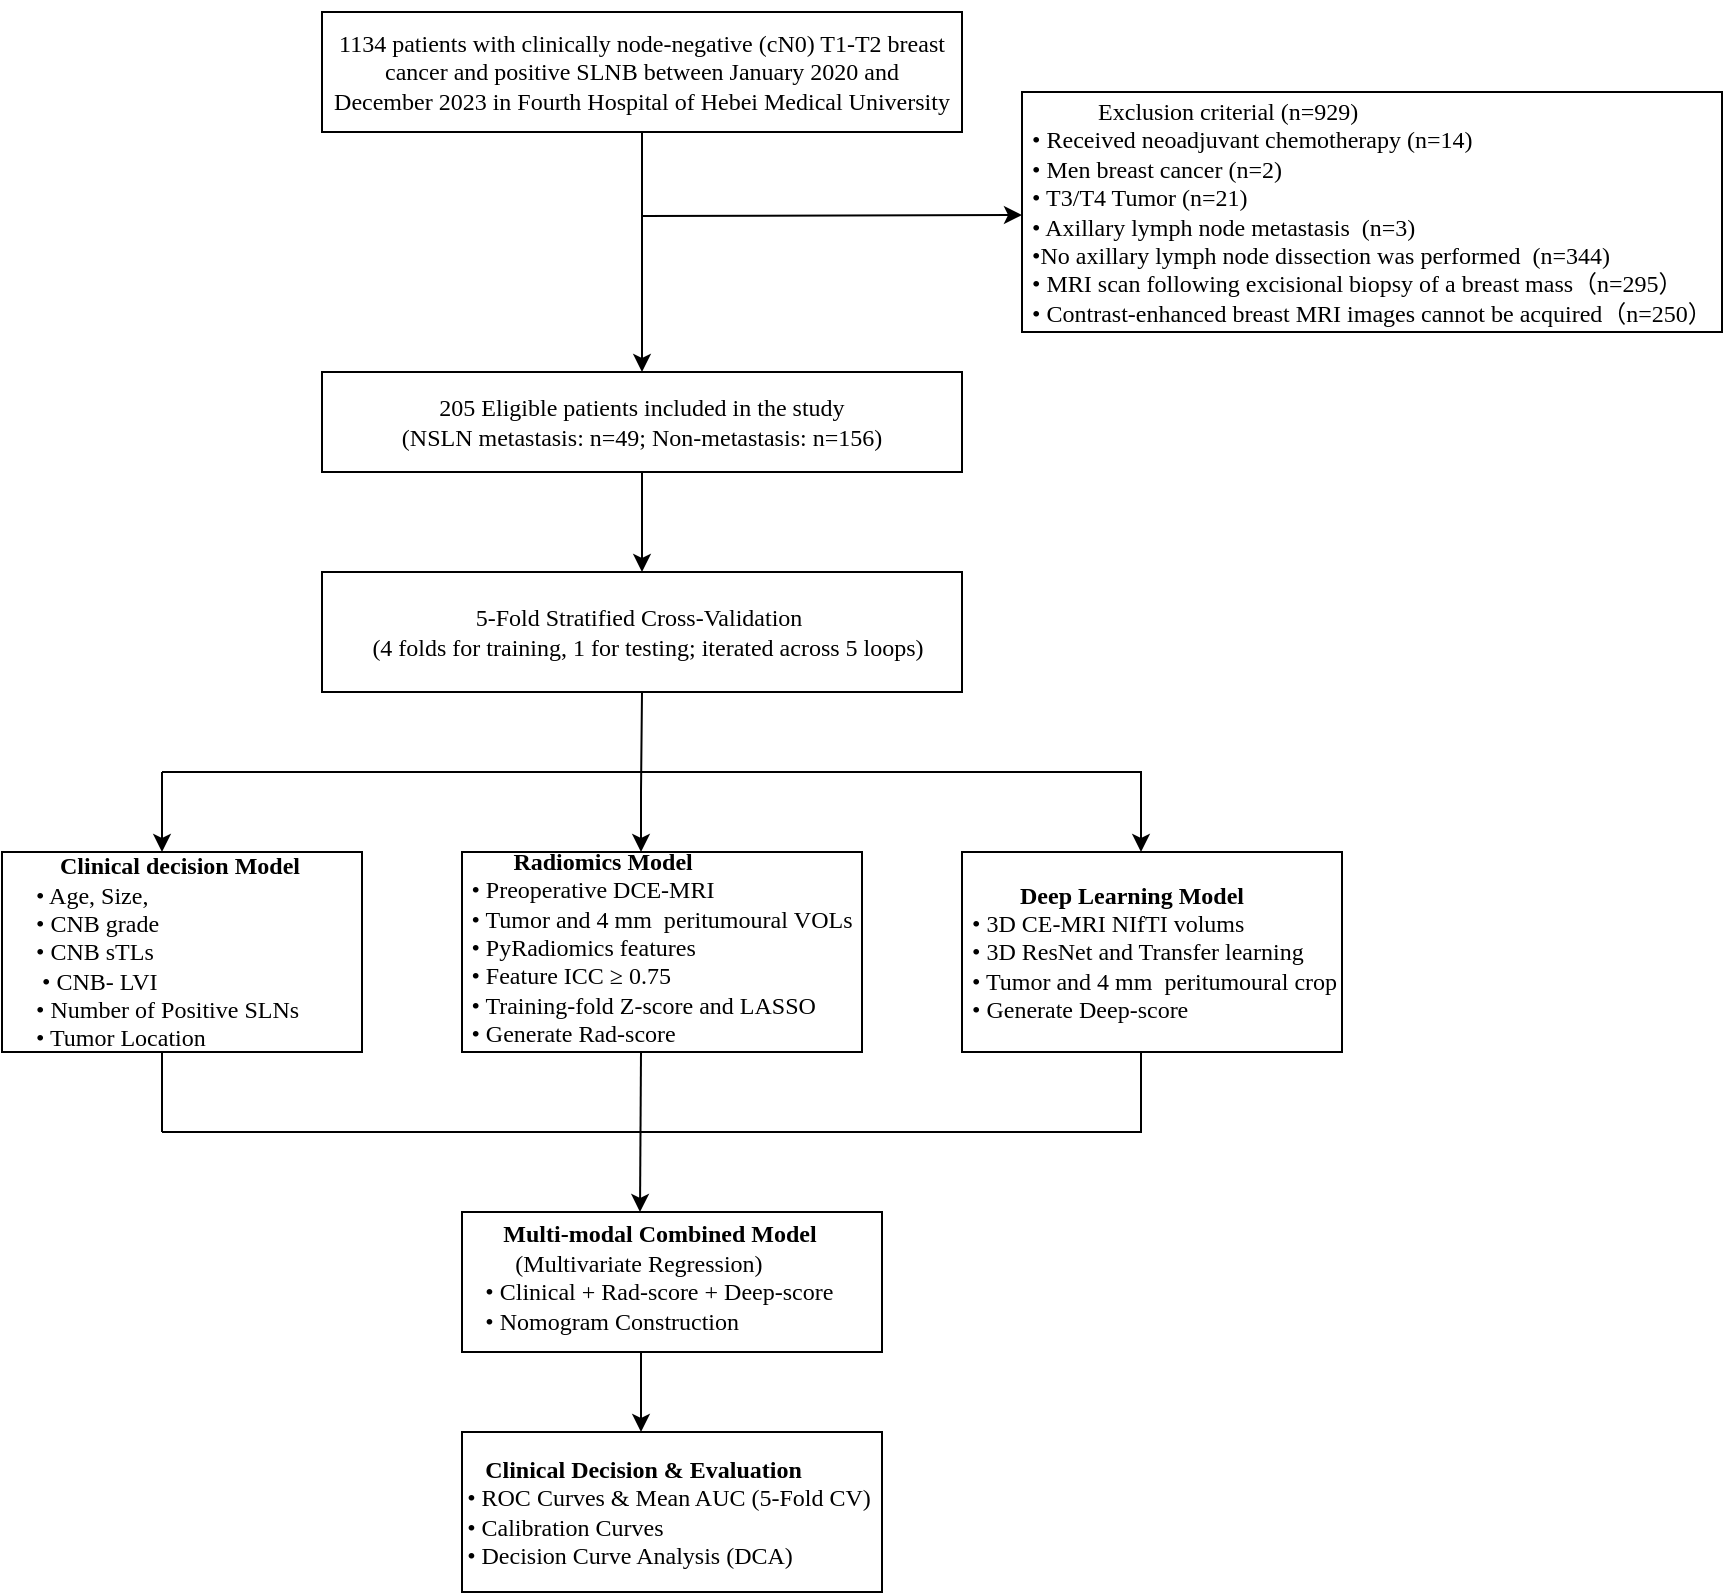
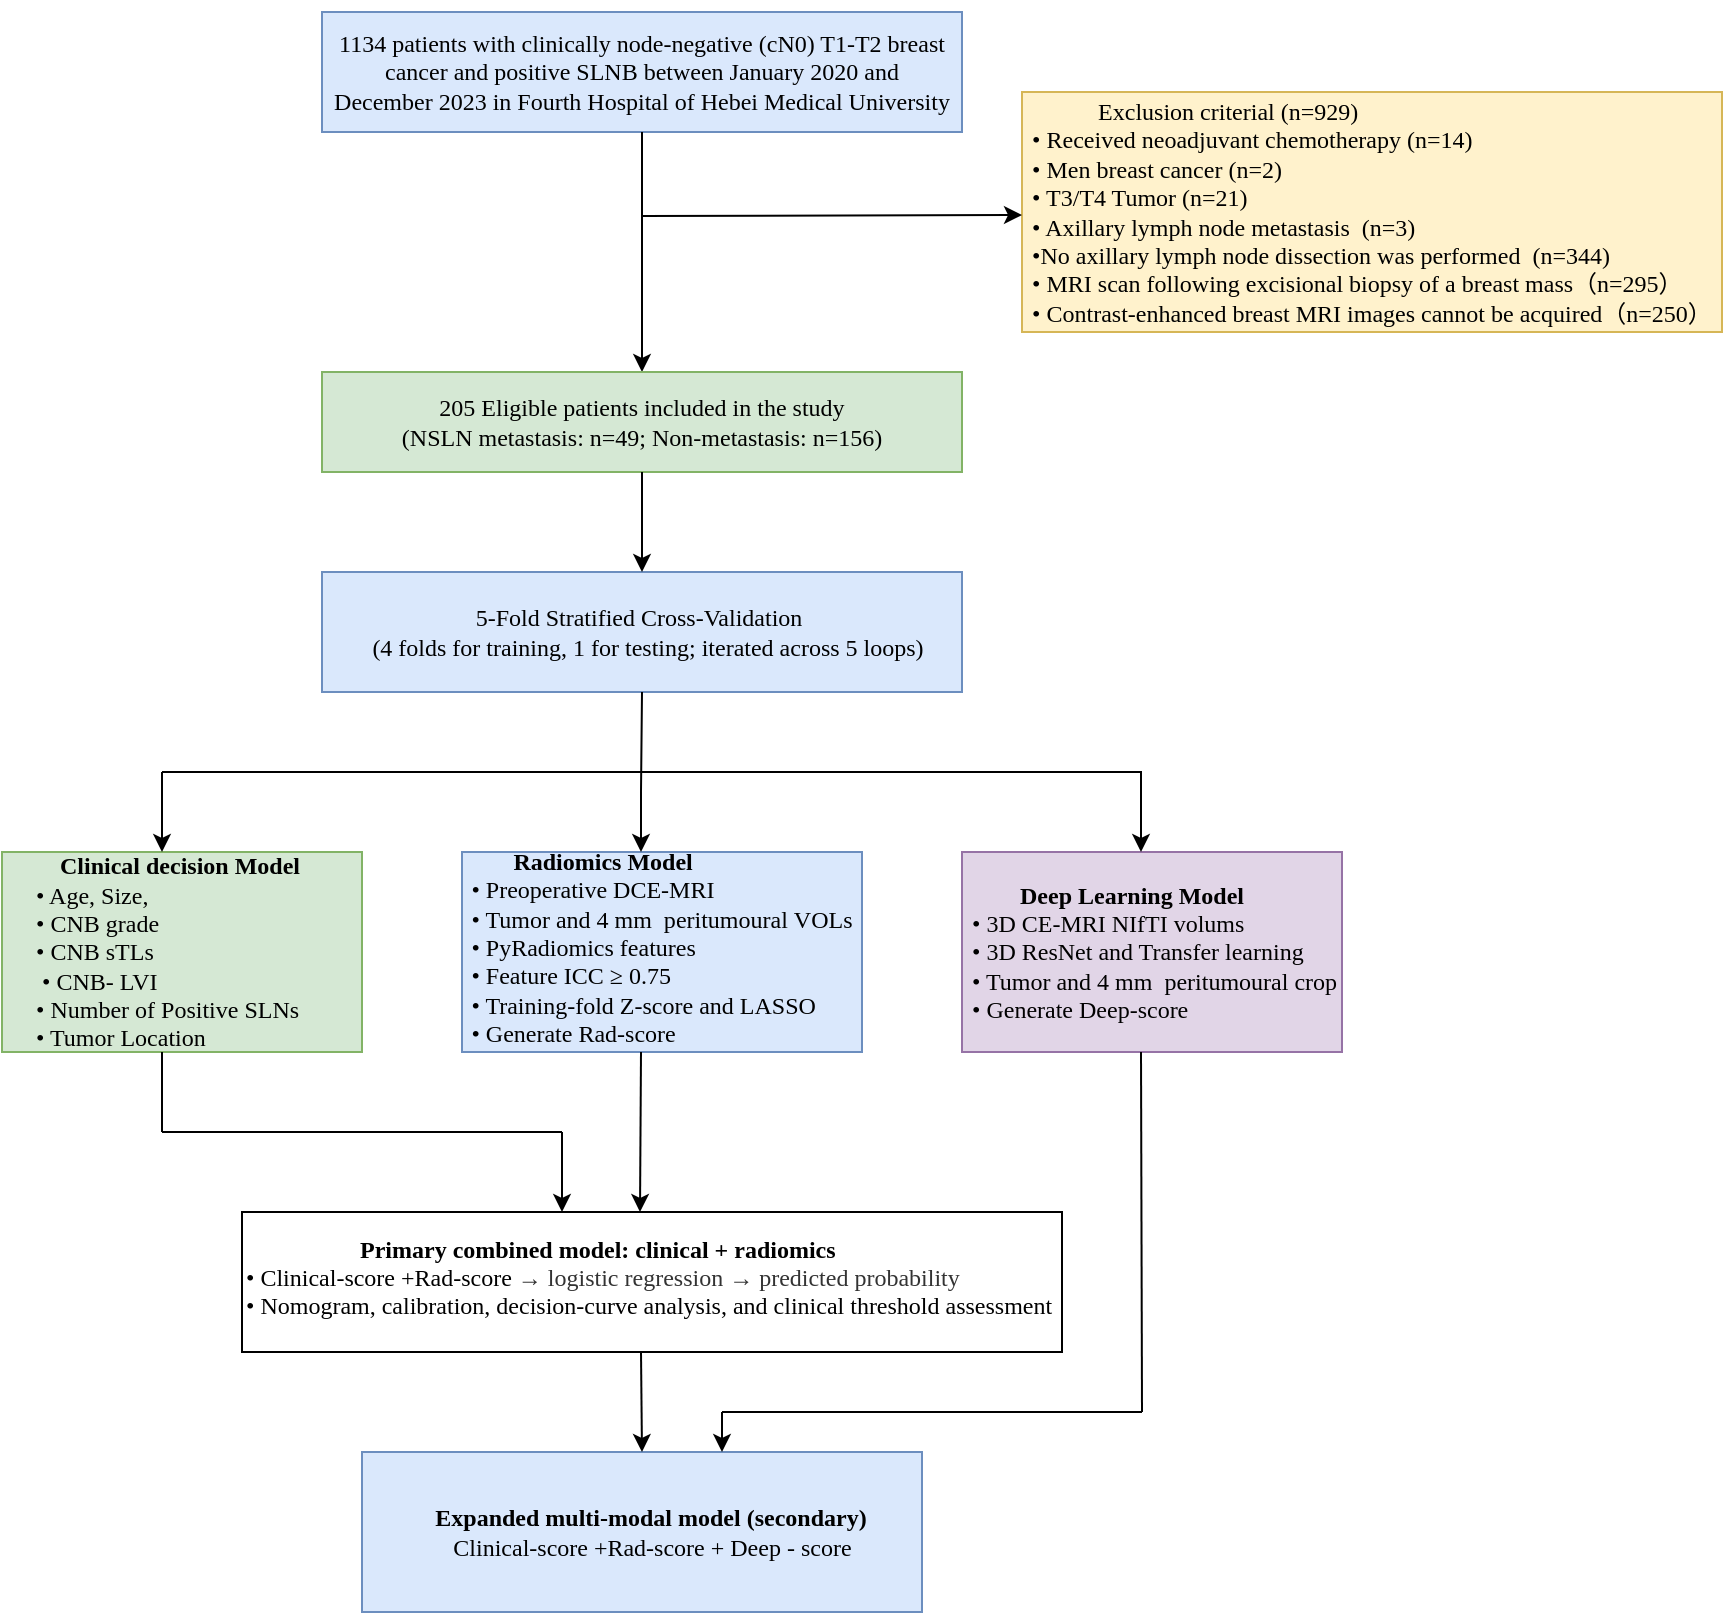
<mxfile host="app.diagrams.net">
  <diagram name="第 1 页" id="idae-35skBgX1Cd1s0vj">
    <mxGraphModel dx="1785" dy="378" grid="1" gridSize="10" guides="1" tooltips="1" connect="1" arrows="1" fold="1" page="1" pageScale="1" pageWidth="827" pageHeight="1169" math="0" shadow="0">
      <root>
        <mxCell id="0" />
        <mxCell id="1" parent="0" />
-         <mxCell id="El_SyrNRYtNfvNBgki-p-1" parent="1" style="rounded=0;whiteSpace=wrap;html=1;" value="&lt;div style=&quot;text-align: left;&quot;&gt;&lt;span style=&quot;font-family: &amp;quot;Times New Roman&amp;quot;;&quot;&gt;&lt;br&gt;&lt;/span&gt;&lt;/div&gt;&lt;div style=&quot;text-align: left;&quot;&gt;&lt;span style=&quot;font-family: &amp;quot;Times New Roman&amp;quot;;&quot;&gt;&amp;nbsp; &amp;nbsp; &amp;nbsp; &amp;nbsp; &amp;nbsp; &amp;nbsp;Exclusion criterial (n=929)&lt;/span&gt;&lt;br&gt;&lt;/div&gt;&lt;div style=&quot;text-align: left;&quot;&gt;&lt;font face=&quot;Times New Roman&quot;&gt;• Received neoadjuvant chemotherapy (n=14)&lt;/font&gt;&lt;/div&gt;&lt;div style=&quot;text-align: left;&quot;&gt;&lt;font face=&quot;Times New Roman&quot;&gt;• Men breast cancer (n=2)&lt;/font&gt;&lt;/div&gt;&lt;div style=&quot;text-align: left;&quot;&gt;&lt;font face=&quot;Times New Roman&quot;&gt;• T3/T4 Tumor (n=21)&lt;/font&gt;&lt;/div&gt;&lt;div style=&quot;&quot;&gt;&lt;div style=&quot;text-align: left;&quot;&gt;&lt;font face=&quot;Times New Roman&quot;&gt;• Axillary lymph node metastasis&amp;nbsp;&amp;nbsp;(n=3)&lt;/font&gt;&lt;/div&gt;&lt;div style=&quot;text-align: left;&quot;&gt;&lt;span style=&quot;font-family: &amp;quot;Times New Roman&amp;quot;;&quot;&gt;•&lt;/span&gt;&lt;span style=&quot;font-family: &amp;quot;Times New Roman&amp;quot;;&quot;&gt;No axillary lymph node dissection was performed&lt;/span&gt;&lt;span style=&quot;font-family: &amp;quot;Times New Roman&amp;quot;;&quot;&gt;&amp;nbsp;&amp;nbsp;(n=344)&lt;/span&gt;&lt;font face=&quot;Times New Roman&quot;&gt;&lt;br&gt;&lt;/font&gt;&lt;/div&gt;&lt;/div&gt;&lt;div style=&quot;text-align: left;&quot;&gt;&lt;font face=&quot;Times New Roman&quot;&gt;•&lt;span style=&quot;&quot;&gt;&amp;nbsp;&lt;/span&gt;&lt;span style=&quot;&quot;&gt;MRI scan following excisional biopsy of a breast mass（n=295）&lt;/span&gt;&lt;/font&gt;&lt;/div&gt;&lt;div style=&quot;text-align: left;&quot;&gt;&lt;font face=&quot;Times New Roman&quot;&gt;•&lt;span style=&quot;&quot;&gt;&amp;nbsp;&lt;/span&gt;Contrast-enhanced breast MRI images cannot be acquired&lt;span style=&quot;&quot;&gt;（n=250）&lt;/span&gt;&lt;/font&gt;&lt;/div&gt;&lt;div&gt;&lt;br&gt;&lt;/div&gt;" vertex="1">
+         <mxCell id="El_SyrNRYtNfvNBgki-p-1" parent="1" style="rounded=0;whiteSpace=wrap;html=1;fillColor=#fff2cc;strokeColor=#d6b656;" value="&lt;div style=&quot;text-align: left;&quot;&gt;&lt;span style=&quot;font-family: &amp;quot;Times New Roman&amp;quot;;&quot;&gt;&lt;br&gt;&lt;/span&gt;&lt;/div&gt;&lt;div style=&quot;text-align: left;&quot;&gt;&lt;span style=&quot;font-family: &amp;quot;Times New Roman&amp;quot;;&quot;&gt;&amp;nbsp; &amp;nbsp; &amp;nbsp; &amp;nbsp; &amp;nbsp; &amp;nbsp;Exclusion criterial (n=929)&lt;/span&gt;&lt;br&gt;&lt;/div&gt;&lt;div style=&quot;text-align: left;&quot;&gt;&lt;font face=&quot;Times New Roman&quot;&gt;• Received neoadjuvant chemotherapy (n=14)&lt;/font&gt;&lt;/div&gt;&lt;div style=&quot;text-align: left;&quot;&gt;&lt;font face=&quot;Times New Roman&quot;&gt;• Men breast cancer (n=2)&lt;/font&gt;&lt;/div&gt;&lt;div style=&quot;text-align: left;&quot;&gt;&lt;font face=&quot;Times New Roman&quot;&gt;• T3/T4 Tumor (n=21)&lt;/font&gt;&lt;/div&gt;&lt;div style=&quot;&quot;&gt;&lt;div style=&quot;text-align: left;&quot;&gt;&lt;font face=&quot;Times New Roman&quot;&gt;• Axillary lymph node metastasis&amp;nbsp;&amp;nbsp;(n=3)&lt;/font&gt;&lt;/div&gt;&lt;div style=&quot;text-align: left;&quot;&gt;&lt;span style=&quot;font-family: &amp;quot;Times New Roman&amp;quot;;&quot;&gt;•&lt;/span&gt;&lt;span style=&quot;font-family: &amp;quot;Times New Roman&amp;quot;;&quot;&gt;No axillary lymph node dissection was performed&lt;/span&gt;&lt;span style=&quot;font-family: &amp;quot;Times New Roman&amp;quot;;&quot;&gt;&amp;nbsp;&amp;nbsp;(n=344)&lt;/span&gt;&lt;font face=&quot;Times New Roman&quot;&gt;&lt;br&gt;&lt;/font&gt;&lt;/div&gt;&lt;/div&gt;&lt;div style=&quot;text-align: left;&quot;&gt;&lt;font face=&quot;Times New Roman&quot;&gt;•&lt;span style=&quot;&quot;&gt;&amp;nbsp;&lt;/span&gt;&lt;span style=&quot;&quot;&gt;MRI scan following excisional biopsy of a breast mass（n=295）&lt;/span&gt;&lt;/font&gt;&lt;/div&gt;&lt;div style=&quot;text-align: left;&quot;&gt;&lt;font face=&quot;Times New Roman&quot;&gt;•&lt;span style=&quot;&quot;&gt;&amp;nbsp;&lt;/span&gt;Contrast-enhanced breast MRI images cannot be acquired&lt;span style=&quot;&quot;&gt;（n=250）&lt;/span&gt;&lt;/font&gt;&lt;/div&gt;&lt;div&gt;&lt;br&gt;&lt;/div&gt;" vertex="1">
          <mxGeometry height="120" width="350" x="390" y="100" as="geometry" />
        </mxCell>
-         <mxCell id="El_SyrNRYtNfvNBgki-p-2" parent="1" style="rounded=0;whiteSpace=wrap;html=1;" value="&lt;div&gt;&lt;font face=&quot;Times New Roman&quot;&gt;&lt;br&gt;&lt;/font&gt;&lt;/div&gt;&lt;font face=&quot;Times New Roman&quot;&gt;1134 patients with clinically node-negative (cN0) T1-T2 breast&lt;br&gt;cancer and positive SLNB between January 2020 and&lt;br&gt;December 2023 in Fourth Hospital of Hebei Medical University&lt;/font&gt;&lt;div&gt;&lt;br&gt;&lt;/div&gt;" vertex="1">
+         <mxCell id="El_SyrNRYtNfvNBgki-p-2" parent="1" style="rounded=0;whiteSpace=wrap;html=1;fillColor=#dae8fc;strokeColor=#6c8ebf;" value="&lt;div&gt;&lt;font face=&quot;Times New Roman&quot;&gt;&lt;br&gt;&lt;/font&gt;&lt;/div&gt;&lt;font face=&quot;Times New Roman&quot;&gt;1134 patients with clinically node-negative (cN0) T1-T2 breast&lt;br&gt;cancer and positive SLNB between January 2020 and&lt;br&gt;December 2023 in Fourth Hospital of Hebei Medical University&lt;/font&gt;&lt;div&gt;&lt;br&gt;&lt;/div&gt;" vertex="1">
          <mxGeometry height="60" width="320" x="40" y="60" as="geometry" />
        </mxCell>
        <mxCell id="El_SyrNRYtNfvNBgki-p-5" edge="1" parent="1" style="endArrow=classic;html=1;rounded=0;" value="">
          <mxGeometry height="50" relative="1" width="50" as="geometry">
            <mxPoint x="200" y="120" as="sourcePoint" />
            <mxPoint x="200" y="240" as="targetPoint" />
          </mxGeometry>
        </mxCell>
        <mxCell id="El_SyrNRYtNfvNBgki-p-6" edge="1" parent="1" style="endArrow=classic;html=1;rounded=0;endFill=1;" value="">
          <mxGeometry height="50" relative="1" width="50" as="geometry">
            <mxPoint x="200" y="162" as="sourcePoint" />
            <mxPoint x="390" y="161.5" as="targetPoint" />
          </mxGeometry>
        </mxCell>
-         <mxCell id="El_SyrNRYtNfvNBgki-p-7" parent="1" style="rounded=0;whiteSpace=wrap;html=1;" value="&lt;font face=&quot;Times New Roman&quot;&gt;205 Eligible patients included in the study&lt;/font&gt;&lt;div&gt;&lt;span style=&quot;text-align: start;&quot;&gt;&lt;font face=&quot;Times New Roman&quot;&gt;(NSLN metastasis: n=49; Non-metastasis: n=156)&lt;/font&gt;&lt;/span&gt;&lt;br&gt;&lt;/div&gt;" vertex="1">
+         <mxCell id="El_SyrNRYtNfvNBgki-p-7" parent="1" style="rounded=0;whiteSpace=wrap;html=1;fillColor=#d5e8d4;strokeColor=#82b366;" value="&lt;font face=&quot;Times New Roman&quot;&gt;205 Eligible patients included in the study&lt;/font&gt;&lt;div&gt;&lt;span style=&quot;text-align: start;&quot;&gt;&lt;font face=&quot;Times New Roman&quot;&gt;(NSLN metastasis: n=49; Non-metastasis: n=156)&lt;/font&gt;&lt;/span&gt;&lt;br&gt;&lt;/div&gt;" vertex="1">
          <mxGeometry height="50" width="320" x="40" y="240" as="geometry" />
        </mxCell>
-         <mxCell id="El_SyrNRYtNfvNBgki-p-8" parent="1" style="rounded=0;whiteSpace=wrap;html=1;" value="&lt;font face=&quot;Times New Roman&quot;&gt;5-Fold Stratified Cross-Validation&amp;nbsp;&lt;/font&gt;&lt;div&gt;&lt;font face=&quot;Times New Roman&quot;&gt;&amp;nbsp; (4 folds for training, 1 for testing; iterated across 5 loops)&lt;/font&gt;&lt;/div&gt;" vertex="1">
+         <mxCell id="El_SyrNRYtNfvNBgki-p-8" parent="1" style="rounded=0;whiteSpace=wrap;html=1;fillColor=#dae8fc;strokeColor=#6c8ebf;" value="&lt;font face=&quot;Times New Roman&quot;&gt;5-Fold Stratified Cross-Validation&amp;nbsp;&lt;/font&gt;&lt;div&gt;&lt;font face=&quot;Times New Roman&quot;&gt;&amp;nbsp; (4 folds for training, 1 for testing; iterated across 5 loops)&lt;/font&gt;&lt;/div&gt;" vertex="1">
          <mxGeometry height="60" width="320" x="40" y="340" as="geometry" />
        </mxCell>
        <mxCell id="El_SyrNRYtNfvNBgki-p-9" edge="1" parent="1" source="El_SyrNRYtNfvNBgki-p-7" style="endArrow=classic;html=1;rounded=0;entryX=0.5;entryY=0;entryDx=0;entryDy=0;" target="El_SyrNRYtNfvNBgki-p-8" value="">
          <mxGeometry height="50" relative="1" width="50" as="geometry">
            <mxPoint x="200" y="340" as="sourcePoint" />
            <mxPoint x="200" y="330" as="targetPoint" />
          </mxGeometry>
        </mxCell>
-         <mxCell id="El_SyrNRYtNfvNBgki-p-10" parent="1" style="rounded=0;whiteSpace=wrap;html=1;align=left;" value="&lt;div&gt;&lt;b style=&quot;&quot;&gt;&lt;font face=&quot;Times New Roman&quot;&gt;&amp;nbsp; &amp;nbsp; &amp;nbsp; &amp;nbsp; &amp;nbsp;Clinical decision Model&lt;/font&gt;&lt;/b&gt;&lt;br&gt;&lt;/div&gt;&lt;div&gt;&lt;span style=&quot;font-family: &amp;quot;Times New Roman&amp;quot;;&quot;&gt;&amp;nbsp; &amp;nbsp; &amp;nbsp;• Age,&amp;nbsp;&lt;/span&gt;&lt;span style=&quot;font-family: &amp;quot;Times New Roman&amp;quot;;&quot;&gt;Size,&amp;nbsp;&lt;/span&gt;&lt;/div&gt;&lt;div&gt;&lt;span style=&quot;font-family: &amp;quot;Times New Roman&amp;quot;;&quot;&gt;&amp;nbsp; &amp;nbsp; &amp;nbsp;• CNB g&lt;/span&gt;&lt;span style=&quot;font-family: &amp;quot;Times New Roman&amp;quot;;&quot;&gt;rade&lt;/span&gt;&lt;/div&gt;&lt;div&gt;&lt;span style=&quot;font-family: &amp;quot;Times New Roman&amp;quot;;&quot;&gt;&amp;nbsp; &amp;nbsp; &amp;nbsp;• CNB sTLs&lt;/span&gt;&lt;span style=&quot;font-family: &amp;quot;Times New Roman&amp;quot;;&quot;&gt;&lt;br&gt;&lt;/span&gt;&lt;/div&gt;&lt;div&gt;&lt;span style=&quot;font-family: &amp;quot;Times New Roman&amp;quot;;&quot;&gt;&amp;nbsp; &amp;nbsp; &amp;nbsp; • CNB-&amp;nbsp;&lt;/span&gt;&lt;span style=&quot;font-family: &amp;quot;Times New Roman&amp;quot;;&quot;&gt;LVI&lt;/span&gt;&lt;span style=&quot;font-family: &amp;quot;Times New Roman&amp;quot;;&quot;&gt;&lt;br&gt;&lt;/span&gt;&lt;/div&gt;&lt;div&gt;&lt;span style=&quot;font-family: &amp;quot;Times New Roman&amp;quot;;&quot;&gt;&amp;nbsp; &amp;nbsp; &amp;nbsp;• Number of Positive SLNs&amp;nbsp;&lt;/span&gt;&lt;/div&gt;&lt;div style=&quot;&quot;&gt;&lt;span style=&quot;font-family: &amp;quot;Times New Roman&amp;quot;;&quot;&gt;&amp;nbsp; &amp;nbsp; &amp;nbsp;• Tumor Location&lt;/span&gt;&lt;/div&gt;" vertex="1">
+         <mxCell id="El_SyrNRYtNfvNBgki-p-10" parent="1" style="rounded=0;whiteSpace=wrap;html=1;align=left;fillColor=#d5e8d4;strokeColor=#82b366;" value="&lt;div&gt;&lt;b style=&quot;&quot;&gt;&lt;font face=&quot;Times New Roman&quot;&gt;&amp;nbsp; &amp;nbsp; &amp;nbsp; &amp;nbsp; &amp;nbsp;Clinical decision Model&lt;/font&gt;&lt;/b&gt;&lt;br&gt;&lt;/div&gt;&lt;div&gt;&lt;span style=&quot;font-family: &amp;quot;Times New Roman&amp;quot;;&quot;&gt;&amp;nbsp; &amp;nbsp; &amp;nbsp;• Age,&amp;nbsp;&lt;/span&gt;&lt;span style=&quot;font-family: &amp;quot;Times New Roman&amp;quot;;&quot;&gt;Size,&amp;nbsp;&lt;/span&gt;&lt;/div&gt;&lt;div&gt;&lt;span style=&quot;font-family: &amp;quot;Times New Roman&amp;quot;;&quot;&gt;&amp;nbsp; &amp;nbsp; &amp;nbsp;• CNB g&lt;/span&gt;&lt;span style=&quot;font-family: &amp;quot;Times New Roman&amp;quot;;&quot;&gt;rade&lt;/span&gt;&lt;/div&gt;&lt;div&gt;&lt;span style=&quot;font-family: &amp;quot;Times New Roman&amp;quot;;&quot;&gt;&amp;nbsp; &amp;nbsp; &amp;nbsp;• CNB sTLs&lt;/span&gt;&lt;span style=&quot;font-family: &amp;quot;Times New Roman&amp;quot;;&quot;&gt;&lt;br&gt;&lt;/span&gt;&lt;/div&gt;&lt;div&gt;&lt;span style=&quot;font-family: &amp;quot;Times New Roman&amp;quot;;&quot;&gt;&amp;nbsp; &amp;nbsp; &amp;nbsp; • CNB-&amp;nbsp;&lt;/span&gt;&lt;span style=&quot;font-family: &amp;quot;Times New Roman&amp;quot;;&quot;&gt;LVI&lt;/span&gt;&lt;span style=&quot;font-family: &amp;quot;Times New Roman&amp;quot;;&quot;&gt;&lt;br&gt;&lt;/span&gt;&lt;/div&gt;&lt;div&gt;&lt;span style=&quot;font-family: &amp;quot;Times New Roman&amp;quot;;&quot;&gt;&amp;nbsp; &amp;nbsp; &amp;nbsp;• Number of Positive SLNs&amp;nbsp;&lt;/span&gt;&lt;/div&gt;&lt;div style=&quot;&quot;&gt;&lt;span style=&quot;font-family: &amp;quot;Times New Roman&amp;quot;;&quot;&gt;&amp;nbsp; &amp;nbsp; &amp;nbsp;• Tumor Location&lt;/span&gt;&lt;/div&gt;" vertex="1">
          <mxGeometry height="100" width="180" x="-120" y="480" as="geometry" />
        </mxCell>
-         <mxCell id="El_SyrNRYtNfvNBgki-p-11" parent="1" style="rounded=0;whiteSpace=wrap;html=1;" value="&lt;div style=&quot;text-align: left;&quot;&gt;&lt;b&gt;&lt;font face=&quot;Times New Roman&quot;&gt;&lt;br&gt;&lt;/font&gt;&lt;/b&gt;&lt;/div&gt;&lt;div style=&quot;text-align: left;&quot;&gt;&lt;b&gt;&lt;font face=&quot;Times New Roman&quot;&gt;&amp;nbsp; &amp;nbsp; &amp;nbsp; &amp;nbsp;Radiomics Model&lt;/font&gt;&lt;/b&gt;&lt;/div&gt;&lt;div style=&quot;text-align: left;&quot;&gt;&lt;font face=&quot;Times New Roman&quot;&gt;&lt;span style=&quot;&quot;&gt;• Preoperative DCE-MRI&lt;/span&gt;&lt;/font&gt;&lt;/div&gt;&lt;div style=&quot;text-align: left;&quot;&gt;&lt;span style=&quot;font-family: &amp;quot;Times New Roman&amp;quot;;&quot;&gt;• &lt;/span&gt;&lt;font face=&quot;Times New Roman&quot;&gt;&lt;span style=&quot;&quot;&gt;Tumor and 4 mm &amp;nbsp;p&lt;/span&gt;&lt;span style=&quot;text-align: center;&quot;&gt;eritumoural&lt;/span&gt;&amp;nbsp;VOLs&lt;/font&gt;&lt;/div&gt;&lt;div style=&quot;text-align: left;&quot;&gt;&lt;font face=&quot;Times New Roman&quot;&gt;&lt;span style=&quot;&quot;&gt;• PyRadiomics features&lt;/span&gt;&lt;/font&gt;&lt;/div&gt;&lt;div style=&quot;text-align: left;&quot;&gt;&lt;span style=&quot;font-family: &amp;quot;Times New Roman&amp;quot;;&quot;&gt;• Feature&amp;nbsp;&lt;/span&gt;&lt;font face=&quot;Times New Roman&quot;&gt;&lt;span style=&quot;&quot;&gt;ICC&amp;nbsp;&lt;/span&gt;&lt;/font&gt;&lt;font face=&quot;Times New Roman&quot;&gt;≥ 0.75&lt;/font&gt;&lt;/div&gt;&lt;span style=&quot;font-family: -webkit-standard; font-size: medium; text-align: start;&quot;&gt;&lt;/span&gt;&lt;div style=&quot;text-align: left;&quot;&gt;&lt;font face=&quot;Times New Roman&quot;&gt;&lt;span style=&quot;&quot;&gt;• Training-fold Z-score and&amp;nbsp;&lt;/span&gt;&lt;/font&gt;&lt;span style=&quot;font-family: &amp;quot;Times New Roman&amp;quot;;&quot;&gt;LASSO&amp;nbsp;&lt;/span&gt;&lt;/div&gt;&lt;div style=&quot;text-align: left;&quot;&gt;&lt;font face=&quot;Times New Roman&quot;&gt;&lt;span style=&quot;&quot;&gt;• Generate Rad-score&lt;/span&gt;&lt;span style=&quot;&quot;&gt;&lt;br&gt;&lt;/span&gt;&lt;/font&gt;&lt;/div&gt;&lt;div&gt;&lt;span style=&quot;font-family: -webkit-standard; font-size: medium;&quot;&gt;&lt;br&gt;&lt;/span&gt;&lt;/div&gt;" vertex="1">
+         <mxCell id="El_SyrNRYtNfvNBgki-p-11" parent="1" style="rounded=0;whiteSpace=wrap;html=1;fillColor=#dae8fc;strokeColor=#6c8ebf;" value="&lt;div style=&quot;text-align: left;&quot;&gt;&lt;b&gt;&lt;font face=&quot;Times New Roman&quot;&gt;&lt;br&gt;&lt;/font&gt;&lt;/b&gt;&lt;/div&gt;&lt;div style=&quot;text-align: left;&quot;&gt;&lt;b&gt;&lt;font face=&quot;Times New Roman&quot;&gt;&amp;nbsp; &amp;nbsp; &amp;nbsp; &amp;nbsp;Radiomics Model&lt;/font&gt;&lt;/b&gt;&lt;/div&gt;&lt;div style=&quot;text-align: left;&quot;&gt;&lt;font face=&quot;Times New Roman&quot;&gt;&lt;span style=&quot;&quot;&gt;• Preoperative DCE-MRI&lt;/span&gt;&lt;/font&gt;&lt;/div&gt;&lt;div style=&quot;text-align: left;&quot;&gt;&lt;span style=&quot;font-family: &amp;quot;Times New Roman&amp;quot;;&quot;&gt;• &lt;/span&gt;&lt;font face=&quot;Times New Roman&quot;&gt;&lt;span style=&quot;&quot;&gt;Tumor and 4 mm &amp;nbsp;p&lt;/span&gt;&lt;span style=&quot;text-align: center;&quot;&gt;eritumoural&lt;/span&gt;&amp;nbsp;VOLs&lt;/font&gt;&lt;/div&gt;&lt;div style=&quot;text-align: left;&quot;&gt;&lt;font face=&quot;Times New Roman&quot;&gt;&lt;span style=&quot;&quot;&gt;• PyRadiomics features&lt;/span&gt;&lt;/font&gt;&lt;/div&gt;&lt;div style=&quot;text-align: left;&quot;&gt;&lt;span style=&quot;font-family: &amp;quot;Times New Roman&amp;quot;;&quot;&gt;• Feature&amp;nbsp;&lt;/span&gt;&lt;font face=&quot;Times New Roman&quot;&gt;&lt;span style=&quot;&quot;&gt;ICC&amp;nbsp;&lt;/span&gt;&lt;/font&gt;&lt;font face=&quot;Times New Roman&quot;&gt;≥ 0.75&lt;/font&gt;&lt;/div&gt;&lt;span style=&quot;font-family: -webkit-standard; font-size: medium; text-align: start;&quot;&gt;&lt;/span&gt;&lt;div style=&quot;text-align: left;&quot;&gt;&lt;font face=&quot;Times New Roman&quot;&gt;&lt;span style=&quot;&quot;&gt;• Training-fold Z-score and&amp;nbsp;&lt;/span&gt;&lt;/font&gt;&lt;span style=&quot;font-family: &amp;quot;Times New Roman&amp;quot;;&quot;&gt;LASSO&amp;nbsp;&lt;/span&gt;&lt;/div&gt;&lt;div style=&quot;text-align: left;&quot;&gt;&lt;font face=&quot;Times New Roman&quot;&gt;&lt;span style=&quot;&quot;&gt;• Generate Rad-score&lt;/span&gt;&lt;span style=&quot;&quot;&gt;&lt;br&gt;&lt;/span&gt;&lt;/font&gt;&lt;/div&gt;&lt;div&gt;&lt;span style=&quot;font-family: -webkit-standard; font-size: medium;&quot;&gt;&lt;br&gt;&lt;/span&gt;&lt;/div&gt;" vertex="1">
          <mxGeometry height="100" width="200" x="110" y="480" as="geometry" />
        </mxCell>
-         <mxCell id="El_SyrNRYtNfvNBgki-p-14" parent="1" style="rounded=0;whiteSpace=wrap;html=1;align=left;textDirection=ltr;fontFamily=Times New Roman;verticalAlign=middle;" value="&lt;div style=&quot;&quot;&gt;&lt;b&gt;&amp;nbsp; &amp;nbsp; &amp;nbsp; &amp;nbsp; &amp;nbsp;Deep Learning Model&lt;/b&gt;&lt;br&gt;&lt;/div&gt;&lt;div style=&quot;&quot;&gt;&amp;nbsp;• 3D CE-MRI NIfTI volums&lt;br&gt;&lt;/div&gt;&lt;div style=&quot;&quot;&gt;&amp;nbsp;• 3D ResNet and Transfer learning&amp;nbsp;&lt;/div&gt;&lt;div style=&quot;&quot;&gt;&amp;nbsp;• Tumor and 4 mm &amp;nbsp;p&lt;span style=&quot;text-align: center;&quot;&gt;eritumoural crop&lt;/span&gt;&lt;/div&gt;&lt;div style=&quot;&quot;&gt;&lt;div style=&quot;&quot;&gt;&lt;font&gt;&amp;nbsp;• Generate Deep-score&lt;/font&gt;&lt;/div&gt;&lt;/div&gt;" vertex="1">
+         <mxCell id="El_SyrNRYtNfvNBgki-p-14" parent="1" style="rounded=0;whiteSpace=wrap;html=1;align=left;textDirection=ltr;fontFamily=Times New Roman;verticalAlign=middle;fillColor=#e1d5e7;strokeColor=#9673a6;" value="&lt;div style=&quot;&quot;&gt;&lt;b&gt;&amp;nbsp; &amp;nbsp; &amp;nbsp; &amp;nbsp; &amp;nbsp;Deep Learning Model&lt;/b&gt;&lt;br&gt;&lt;/div&gt;&lt;div style=&quot;&quot;&gt;&amp;nbsp;• 3D CE-MRI NIfTI volums&lt;br&gt;&lt;/div&gt;&lt;div style=&quot;&quot;&gt;&amp;nbsp;• 3D ResNet and Transfer learning&amp;nbsp;&lt;/div&gt;&lt;div style=&quot;&quot;&gt;&amp;nbsp;• Tumor and 4 mm &amp;nbsp;p&lt;span style=&quot;text-align: center;&quot;&gt;eritumoural crop&lt;/span&gt;&lt;/div&gt;&lt;div style=&quot;&quot;&gt;&lt;div style=&quot;&quot;&gt;&lt;font&gt;&amp;nbsp;• Generate Deep-score&lt;/font&gt;&lt;/div&gt;&lt;/div&gt;" vertex="1">
          <mxGeometry height="100" width="190" x="360" y="480" as="geometry" />
        </mxCell>
        <mxCell id="El_SyrNRYtNfvNBgki-p-17" edge="1" parent="1" style="endArrow=classic;html=1;rounded=0;" value="">
          <mxGeometry height="50" relative="1" width="50" as="geometry">
            <Array as="points">
              <mxPoint x="200" y="400" />
              <mxPoint x="199.5" y="450" />
            </Array>
            <mxPoint x="199.5" y="450" as="sourcePoint" />
            <mxPoint x="199.5" y="480" as="targetPoint" />
          </mxGeometry>
        </mxCell>
        <mxCell id="El_SyrNRYtNfvNBgki-p-22" edge="1" parent="1" style="endArrow=none;html=1;rounded=0;" value="">
          <mxGeometry height="50" relative="1" width="50" as="geometry">
            <mxPoint x="-40" y="440" as="sourcePoint" />
            <mxPoint x="450" y="440" as="targetPoint" />
          </mxGeometry>
        </mxCell>
        <mxCell id="El_SyrNRYtNfvNBgki-p-24" edge="1" parent="1" style="endArrow=classic;html=1;rounded=0;" value="">
          <mxGeometry height="50" relative="1" width="50" as="geometry">
            <mxPoint x="-40" y="440" as="sourcePoint" />
            <mxPoint x="-40" y="480" as="targetPoint" />
          </mxGeometry>
        </mxCell>
        <mxCell id="El_SyrNRYtNfvNBgki-p-28" edge="1" parent="1" style="endArrow=classic;html=1;rounded=0;" value="">
          <mxGeometry height="50" relative="1" width="50" as="geometry">
            <mxPoint x="449.5" y="440" as="sourcePoint" />
            <mxPoint x="449.5" y="480" as="targetPoint" />
          </mxGeometry>
        </mxCell>
-         <mxCell id="El_SyrNRYtNfvNBgki-p-30" edge="1" parent="1" style="endArrow=none;html=1;rounded=0;" value="">
-           <mxGeometry height="50" relative="1" width="50" as="geometry">
-             <mxPoint x="-40" y="620" as="sourcePoint" />
-             <mxPoint x="450" y="620" as="targetPoint" />
-           </mxGeometry>
-         </mxCell>
        <mxCell id="El_SyrNRYtNfvNBgki-p-33" edge="1" parent="1" style="endArrow=none;html=1;rounded=0;" value="">
          <mxGeometry height="50" relative="1" width="50" as="geometry">
            <mxPoint x="-40" y="580" as="sourcePoint" />
            <mxPoint x="-40" y="620" as="targetPoint" />
          </mxGeometry>
        </mxCell>
        <mxCell id="El_SyrNRYtNfvNBgki-p-34" edge="1" parent="1" style="endArrow=none;html=1;rounded=0;" value="">
          <mxGeometry height="50" relative="1" width="50" as="geometry">
            <mxPoint x="449.5" y="580" as="sourcePoint" />
-             <mxPoint x="449.5" y="620" as="targetPoint" />
+             <mxPoint x="450" y="760" as="targetPoint" />
          </mxGeometry>
        </mxCell>
-         <mxCell id="El_SyrNRYtNfvNBgki-p-35" parent="1" style="rounded=0;whiteSpace=wrap;html=1;" value="&lt;div style=&quot;text-align: left;&quot;&gt;&lt;span style=&quot;font-family: &amp;quot;Times New Roman&amp;quot;;&quot;&gt;&lt;br&gt;&lt;/span&gt;&lt;/div&gt;&lt;div style=&quot;text-align: left;&quot;&gt;&lt;span style=&quot;font-family: &amp;quot;Times New Roman&amp;quot;;&quot;&gt;&lt;b&gt;&amp;nbsp; &amp;nbsp;Multi-modal Combined Model &amp;nbsp; &lt;/b&gt;&amp;nbsp; &amp;nbsp;&amp;nbsp;&lt;/span&gt;&lt;/div&gt;&lt;div&gt;&lt;div style=&quot;text-align: left;&quot;&gt;&lt;span style=&quot;font-family: &amp;quot;Times New Roman&amp;quot;;&quot;&gt;&amp;nbsp; &amp;nbsp; &amp;nbsp;(Multivariate Regression)&lt;/span&gt;&lt;/div&gt;&lt;div style=&quot;text-align: left;&quot;&gt;&lt;font face=&quot;Times New Roman&quot;&gt;&lt;span style=&quot;&quot;&gt;• Clinical + Rad-score + Deep-score&lt;/span&gt;&lt;/font&gt;&lt;/div&gt;&lt;div style=&quot;text-align: left;&quot;&gt;&lt;font face=&quot;Times New Roman&quot;&gt;&lt;span style=&quot;&quot;&gt;• Nomogram Construction&lt;/span&gt;&lt;br&gt;&lt;/font&gt;&lt;/div&gt;&lt;div&gt;&lt;span style=&quot;font-family: -webkit-standard; font-size: medium; text-align: start;&quot;&gt;&lt;br&gt;&lt;/span&gt;&lt;/div&gt;&lt;/div&gt;" vertex="1">
-           <mxGeometry height="70" width="210" x="110" y="660" as="geometry" />
+         <mxCell id="El_SyrNRYtNfvNBgki-p-35" parent="1" style="rounded=0;whiteSpace=wrap;html=1;align=left;fillStyle=auto;" value="&lt;pre&gt;&lt;font face=&quot;Times New Roman&quot;&gt;&lt;br&gt;&lt;span&gt;&lt;b&gt;&amp;nbsp; &amp;nbsp; &amp;nbsp; &amp;nbsp; &amp;nbsp; &amp;nbsp; &amp;nbsp; &amp;nbsp; &amp;nbsp; &amp;nbsp;Primary combined model: clinical + radiomics &amp;nbsp;&lt;/b&gt;&amp;nbsp; &amp;nbsp;&amp;nbsp;&lt;br&gt;&lt;/span&gt;•&amp;nbsp;Clinical-score +Rad-score&amp;nbsp;&lt;span style=&quot;background-color: light-dark(#ffffff, var(--ge-dark-color, #121212));&quot;&gt;&lt;span style=&quot;caret-color: rgb(51, 51, 51); color: rgb(51, 51, 51); background-color: rgb(255, 255, 255);&quot;&gt;→ logistic regression&lt;/span&gt;&amp;nbsp;&lt;/span&gt;&lt;span style=&quot;caret-color: rgb(51, 51, 51); color: rgb(51, 51, 51); background-color: rgb(255, 255, 255);&quot;&gt;&lt;span style=&quot;background-color: light-dark(#ffffff, var(--ge-dark-color, #121212));&quot;&gt;→ predicted probability&lt;/span&gt;&lt;br&gt;&lt;/span&gt;• Nomogram, calibration, decision-curve analysis, and clinical threshold assessment&lt;/font&gt;&lt;/pre&gt;&lt;div&gt;&lt;div&gt;&lt;span style=&quot;font-family: -webkit-standard; font-size: medium;&quot;&gt;&lt;br&gt;&lt;/span&gt;&lt;/div&gt;&lt;/div&gt;" vertex="1">
+           <mxGeometry height="70" width="410" y="660" as="geometry" />
        </mxCell>
        <mxCell id="El_SyrNRYtNfvNBgki-p-37" edge="1" parent="1" style="endArrow=classic;html=1;rounded=0;" value="">
          <mxGeometry height="50" relative="1" width="50" as="geometry">
            <mxPoint x="199.5" y="580" as="sourcePoint" />
            <mxPoint x="199" y="660" as="targetPoint" />
          </mxGeometry>
        </mxCell>
-         <mxCell id="El_SyrNRYtNfvNBgki-p-40" parent="1" style="rounded=0;whiteSpace=wrap;html=1;" value="&lt;div style=&quot;text-align: left;&quot;&gt;&lt;span style=&quot;font-family: &amp;quot;Times New Roman&amp;quot;;&quot;&gt;&lt;b&gt;&amp;nbsp; &amp;nbsp;Clinical Decision &amp;amp; Evaluation&lt;/b&gt;&lt;/span&gt;&lt;/div&gt;&lt;div style=&quot;text-align: left;&quot;&gt;&lt;span style=&quot;&quot;&gt;&lt;font face=&quot;Times New Roman&quot;&gt;• ROC Curves &amp;amp; Mean AUC (5-Fold CV)&amp;nbsp;&lt;/font&gt;&lt;/span&gt;&lt;/div&gt;&lt;div style=&quot;text-align: left;&quot;&gt;&lt;span style=&quot;&quot;&gt;&lt;font face=&quot;Times New Roman&quot;&gt;• Calibration Curves&amp;nbsp;&lt;/font&gt;&lt;/span&gt;&lt;/div&gt;&lt;div style=&quot;text-align: left;&quot;&gt;&lt;span style=&quot;&quot;&gt;&lt;font face=&quot;Times New Roman&quot;&gt;• Decision Curve Analysis (DCA)&lt;/font&gt;&lt;/span&gt;&lt;br&gt;&lt;/div&gt;" vertex="1">
-           <mxGeometry height="80" width="210" x="110" y="770" as="geometry" />
+         <mxCell id="El_SyrNRYtNfvNBgki-p-40" parent="1" style="rounded=0;whiteSpace=wrap;html=1;fillColor=#dae8fc;strokeColor=#6c8ebf;" value="&lt;div style=&quot;text-align: left;&quot;&gt;&lt;span style=&quot;font-family: &amp;quot;Times New Roman&amp;quot;;&quot;&gt;&lt;b&gt;&amp;nbsp; &amp;nbsp;Expanded multi-modal model (secondary)&lt;/b&gt;&lt;/span&gt;&lt;/div&gt;&lt;div style=&quot;text-align: left;&quot;&gt;&lt;span style=&quot;font-family: &amp;quot;Times New Roman&amp;quot;;&quot;&gt;&amp;nbsp; &amp;nbsp; &amp;nbsp; Clinical-score +Rad-score + Deep - score&lt;/span&gt;&lt;/div&gt;" vertex="1">
+           <mxGeometry height="80" width="280" x="60" y="780" as="geometry" />
        </mxCell>
-         <mxCell id="El_SyrNRYtNfvNBgki-p-42" edge="1" parent="1" style="endArrow=classic;html=1;rounded=0;" value="">
+         <mxCell id="El_SyrNRYtNfvNBgki-p-42" edge="1" parent="1" style="endArrow=classic;html=1;rounded=0;entryX=0.5;entryY=0;entryDx=0;entryDy=0;" target="El_SyrNRYtNfvNBgki-p-40" value="">
          <mxGeometry height="50" relative="1" width="50" as="geometry">
            <mxPoint x="199.5" y="730" as="sourcePoint" />
            <mxPoint x="199.5" y="770" as="targetPoint" />
+           </mxGeometry>
+         </mxCell>
+         <mxCell id="4iQ-IyfxHnCzrWvH7GvR-1" edge="1" parent="1" style="endArrow=none;html=1;rounded=0;" value="">
+           <mxGeometry height="50" relative="1" width="50" as="geometry">
+             <mxPoint x="-40" y="620" as="sourcePoint" />
+             <mxPoint x="160" y="620" as="targetPoint" />
+           </mxGeometry>
+         </mxCell>
+         <mxCell id="4iQ-IyfxHnCzrWvH7GvR-2" edge="1" parent="1" style="endArrow=classic;html=1;rounded=0;" value="">
+           <mxGeometry height="50" relative="1" width="50" as="geometry">
+             <mxPoint x="160" y="620" as="sourcePoint" />
+             <mxPoint x="160" y="660" as="targetPoint" />
+           </mxGeometry>
+         </mxCell>
+         <mxCell id="4iQ-IyfxHnCzrWvH7GvR-5" edge="1" parent="1" style="endArrow=none;html=1;rounded=0;" value="">
+           <mxGeometry height="50" relative="1" width="50" as="geometry">
+             <mxPoint x="240" y="760" as="sourcePoint" />
+             <mxPoint x="450" y="760" as="targetPoint" />
+           </mxGeometry>
+         </mxCell>
+         <mxCell id="4iQ-IyfxHnCzrWvH7GvR-6" edge="1" parent="1" style="endArrow=classic;html=1;rounded=0;" value="">
+           <mxGeometry height="50" relative="1" width="50" as="geometry">
+             <mxPoint x="240" y="760" as="sourcePoint" />
+             <mxPoint x="240" y="780" as="targetPoint" />
          </mxGeometry>
        </mxCell>
      </root>
    </mxGraphModel>
  </diagram>
</mxfile>
